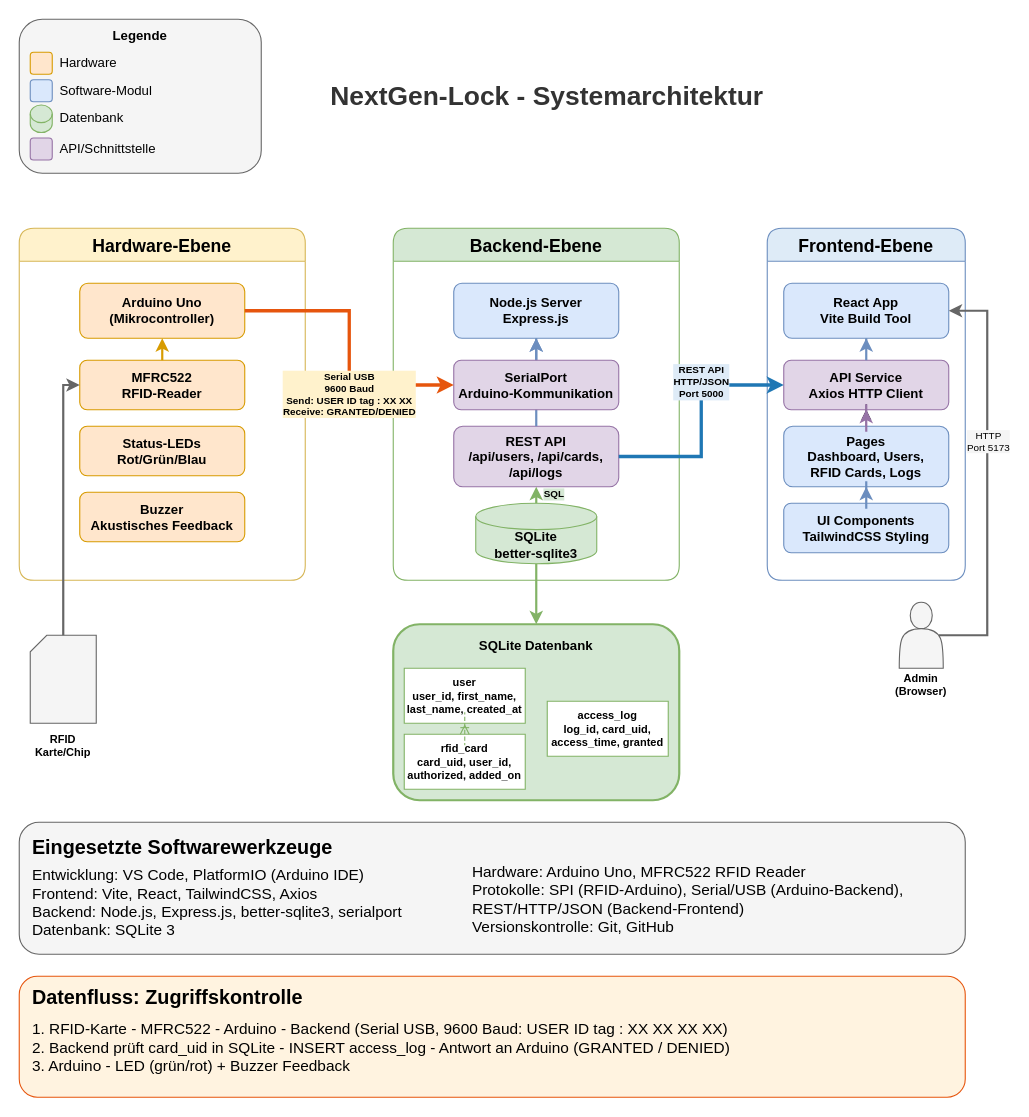
The draw.io diagram docs/NextGenLock-Architektur.drawio in HendrikHoemberg/NextGen-Lock, before the edit. Source tidied: cells renumbered, new cells numbered last; positions are measured from the earlier drawing's top-left corner, leaving out a move shared by most shapes. Both pictures are drawn from the tidied source at 110%, with x=0, y=0 at pixel (19, 19).
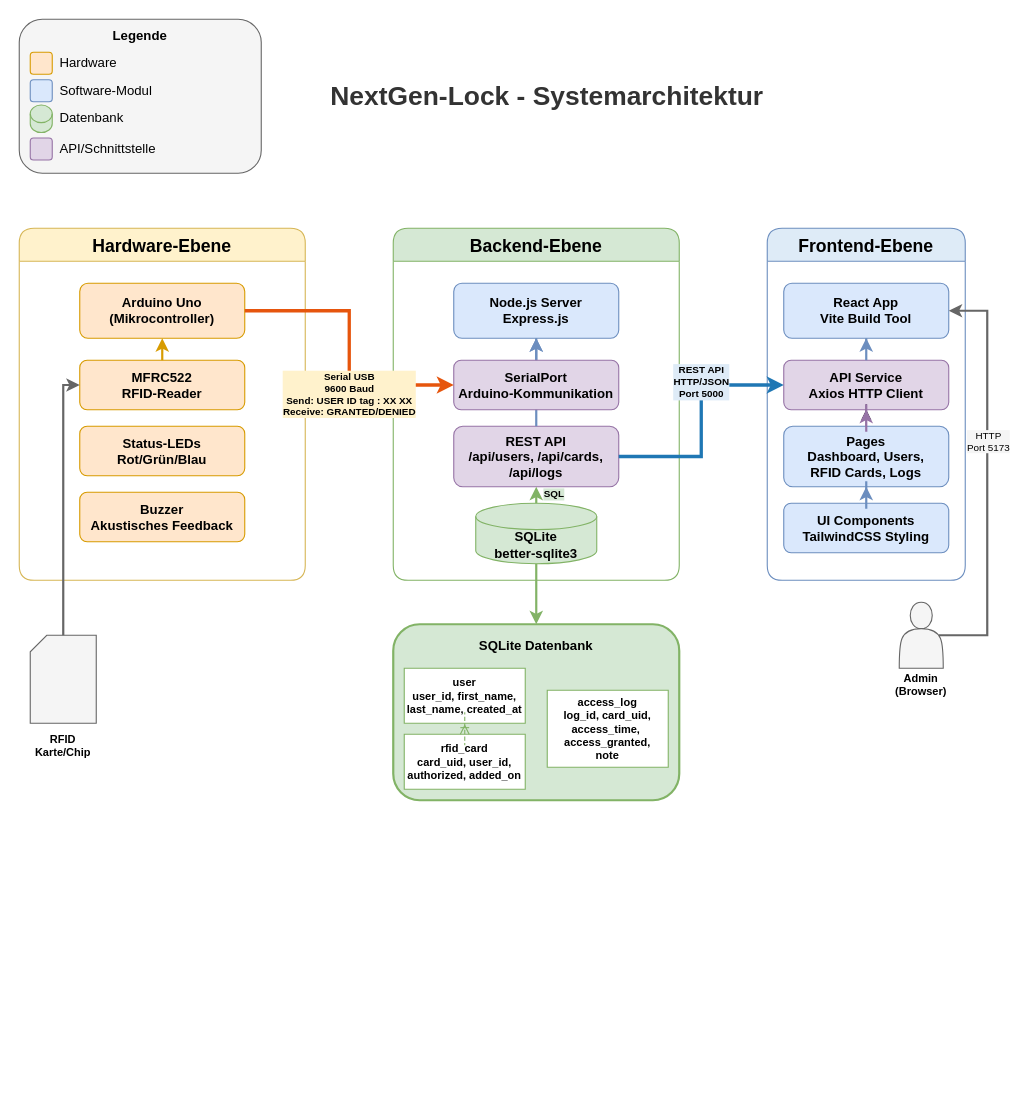
The same page after the edit.

Diff of the diagram source:
```diff
@@
-    <mxCell id="43" value="access_log&#10;log_id, card_uid,&#10;access_time, granted" style="shape=table;startSize=0;childLayout=tableLayout;fontSize=10;fillColor=#fff;strokeColor=#82b366;rounded=1;fontStyle=1;" parent="1" vertex="1">
-      <mxGeometry x="480" y="620" width="110" height="50" as="geometry" />
+    <mxCell id="43" value="access_log&#10;log_id, card_uid,&#10;access_time, &#10;access_granted,&#10;note" style="shape=table;startSize=0;childLayout=tableLayout;fontSize=10;fillColor=#fff;strokeColor=#82b366;rounded=1;fontStyle=1;" parent="1" vertex="1">
+      <mxGeometry x="480" y="610" width="110" height="70" as="geometry" />
     </mxCell>
@@
-    <mxCell id="56" style="rounded=1;whiteSpace=wrap;html=1;fillColor=#f5f5f5;strokeColor=#666666;strokeWidth=1;" parent="1" vertex="1">
-      <mxGeometry y="730" width="860" height="120" as="geometry" />
-    </mxCell>
-    <mxCell id="57" value="&lt;font style=&quot;font-size: 18px;&quot;&gt;Eingesetzte Softwarewerkzeuge&lt;/font&gt;" style="text;html=1;strokeColor=none;fillColor=none;align=left;verticalAlign=middle;whiteSpace=wrap;rounded=0;fontSize=12;fontStyle=1;" parent="1" vertex="1">
-      <mxGeometry x="10" y="742.5" width="320" height="20" as="geometry" />
-    </mxCell>
-    <mxCell id="58" value="&lt;font style=&quot;font-size: 14px;&quot;&gt;Entwicklung: VS Code, PlatformIO (Arduino IDE)&lt;br&gt;Frontend: Vite, React, TailwindCSS, Axios&lt;br&gt;Backend: Node.js, Express.js, better-sqlite3, serialport&lt;br&gt;Datenbank: SQLite 3&lt;/font&gt;" style="text;html=1;strokeColor=none;fillColor=none;align=left;verticalAlign=top;whiteSpace=wrap;rounded=0;fontSize=10;" parent="1" vertex="1">
-      <mxGeometry x="10" y="762.5" width="400" height="55" as="geometry" />
-    </mxCell>
-    <mxCell id="59" value="&lt;font style=&quot;font-size: 14px;&quot;&gt;Hardware: Arduino Uno, MFRC522 RFID Reader&lt;br&gt;Protokolle: SPI (RFID-Arduino), Serial/USB (Arduino-Backend), REST/HTTP/JSON (Backend-Frontend)&lt;br&gt;Versionskontrolle: Git, GitHub&lt;/font&gt;" style="text;html=1;strokeColor=none;fillColor=none;align=left;verticalAlign=top;whiteSpace=wrap;rounded=0;fontSize=10;" parent="1" vertex="1">
-      <mxGeometry x="410" y="760" width="440" height="55" as="geometry" />
-    </mxCell>
-    <mxCell id="60" style="rounded=1;whiteSpace=wrap;html=1;fillColor=#fff3e0;strokeColor=#e6550d;strokeWidth=1;strokeDasharray=3 3;" parent="1" vertex="1">
-      <mxGeometry y="870" width="860" height="110" as="geometry" />
-    </mxCell>
-    <mxCell id="61" value="&lt;font style=&quot;font-size: 18px;&quot;&gt;Datenfluss: Zugriffskontrolle&lt;/font&gt;" style="text;html=1;strokeColor=none;fillColor=none;align=left;verticalAlign=middle;whiteSpace=wrap;rounded=0;fontSize=12;fontStyle=1;" parent="1" vertex="1">
-      <mxGeometry x="10" y="880" width="260" height="20" as="geometry" />
-    </mxCell>
-    <mxCell id="62" value="&lt;font style=&quot;font-size: 14px;&quot;&gt;1. RFID-Karte - MFRC522 - Arduino - Backend (Serial USB, 9600 Baud: USER ID tag : XX XX XX XX)&lt;br&gt;2. Backend prüft card_uid in SQLite - INSERT access_log - Antwort an Arduino (GRANTED / DENIED)&lt;br&gt;3. Arduino - LED (grün/rot) + Buzzer Feedback&lt;/font&gt;" style="text;html=1;strokeColor=none;fillColor=none;align=left;verticalAlign=top;whiteSpace=wrap;rounded=0;fontSize=10;" parent="1" vertex="1">
-      <mxGeometry x="10" y="902.5" width="840" height="45" as="geometry" />
-    </mxCell>
```
